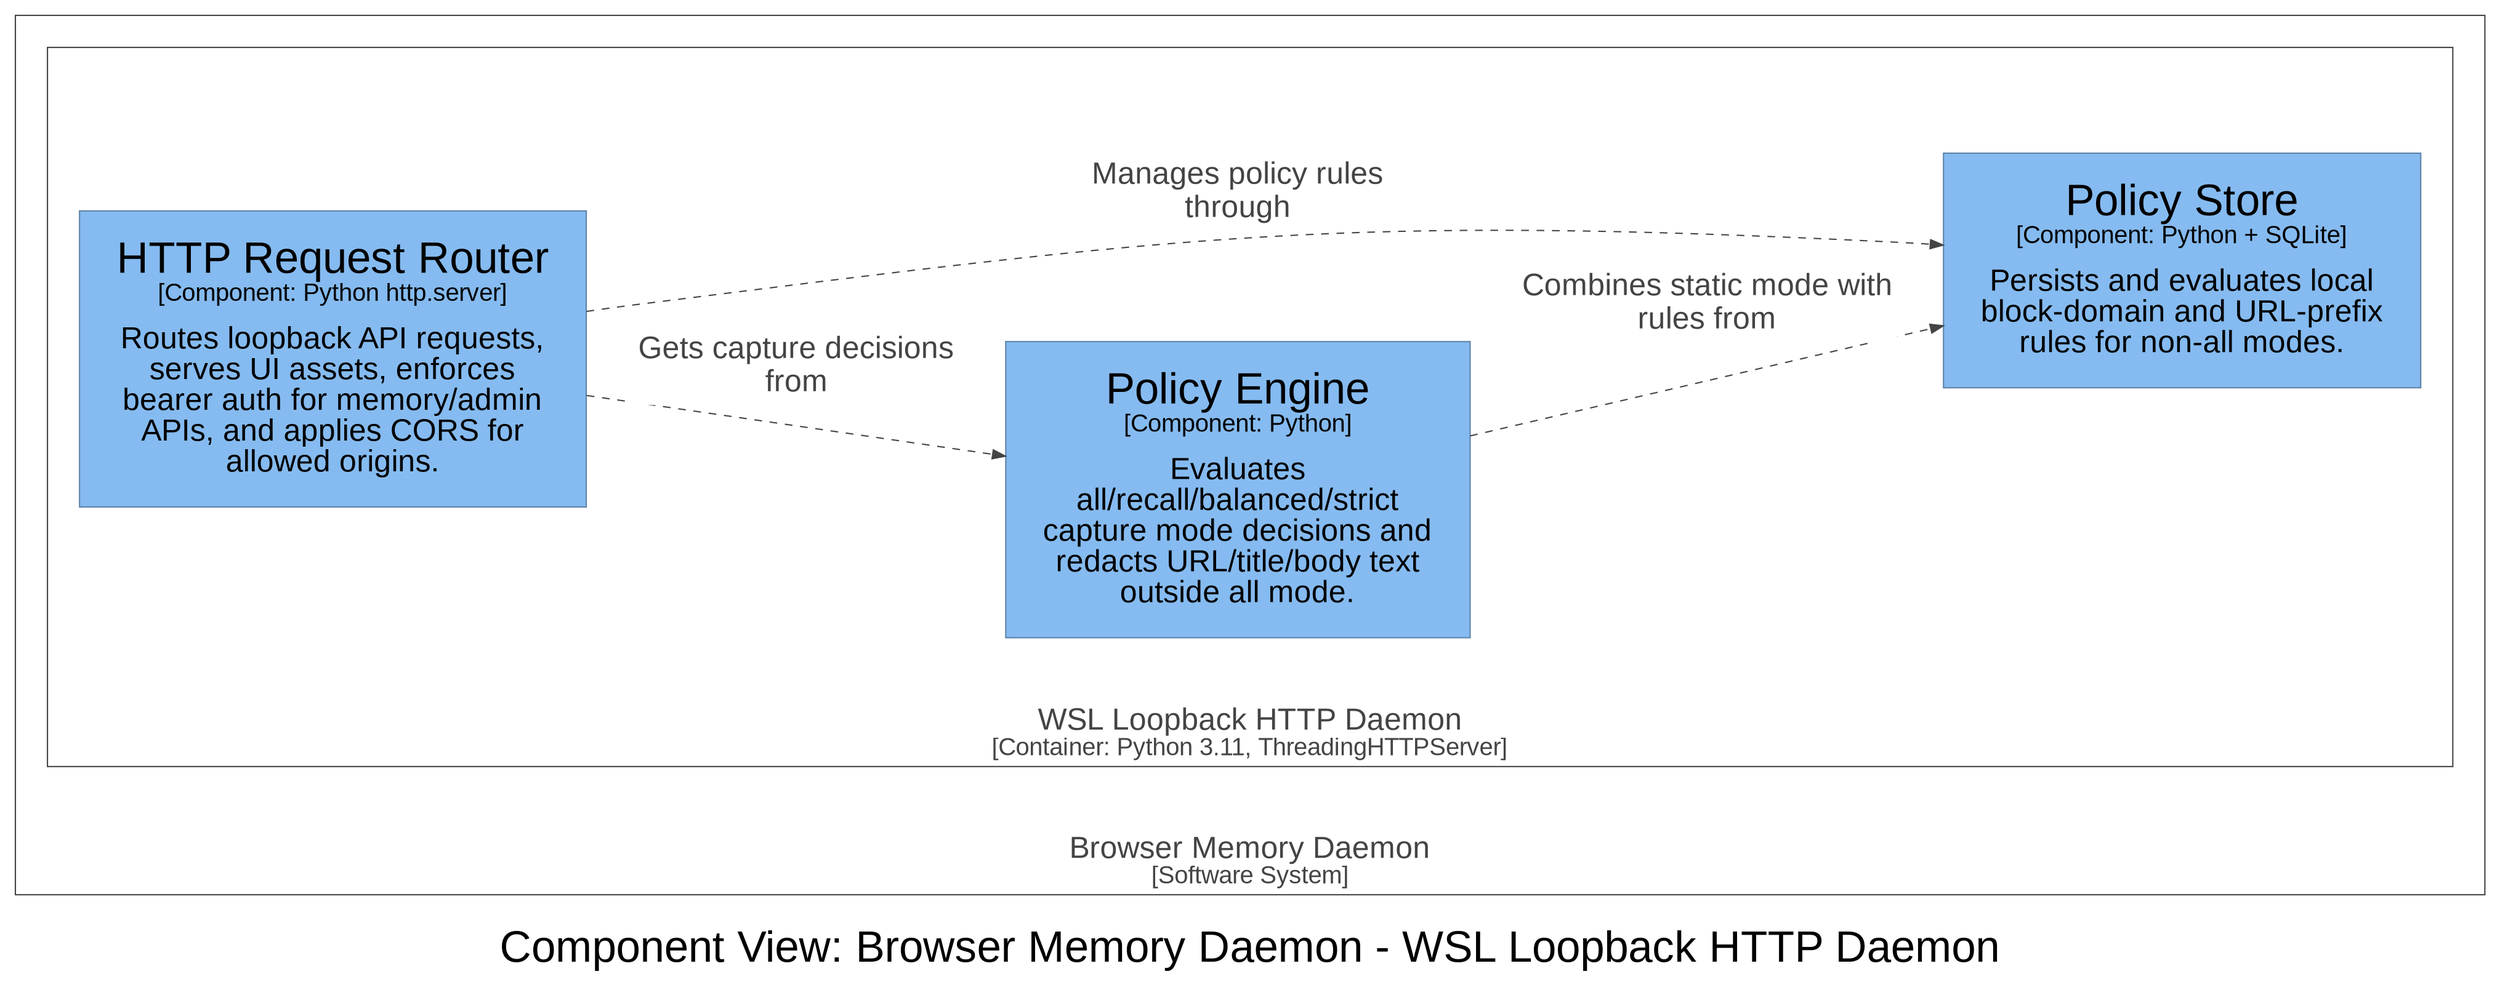
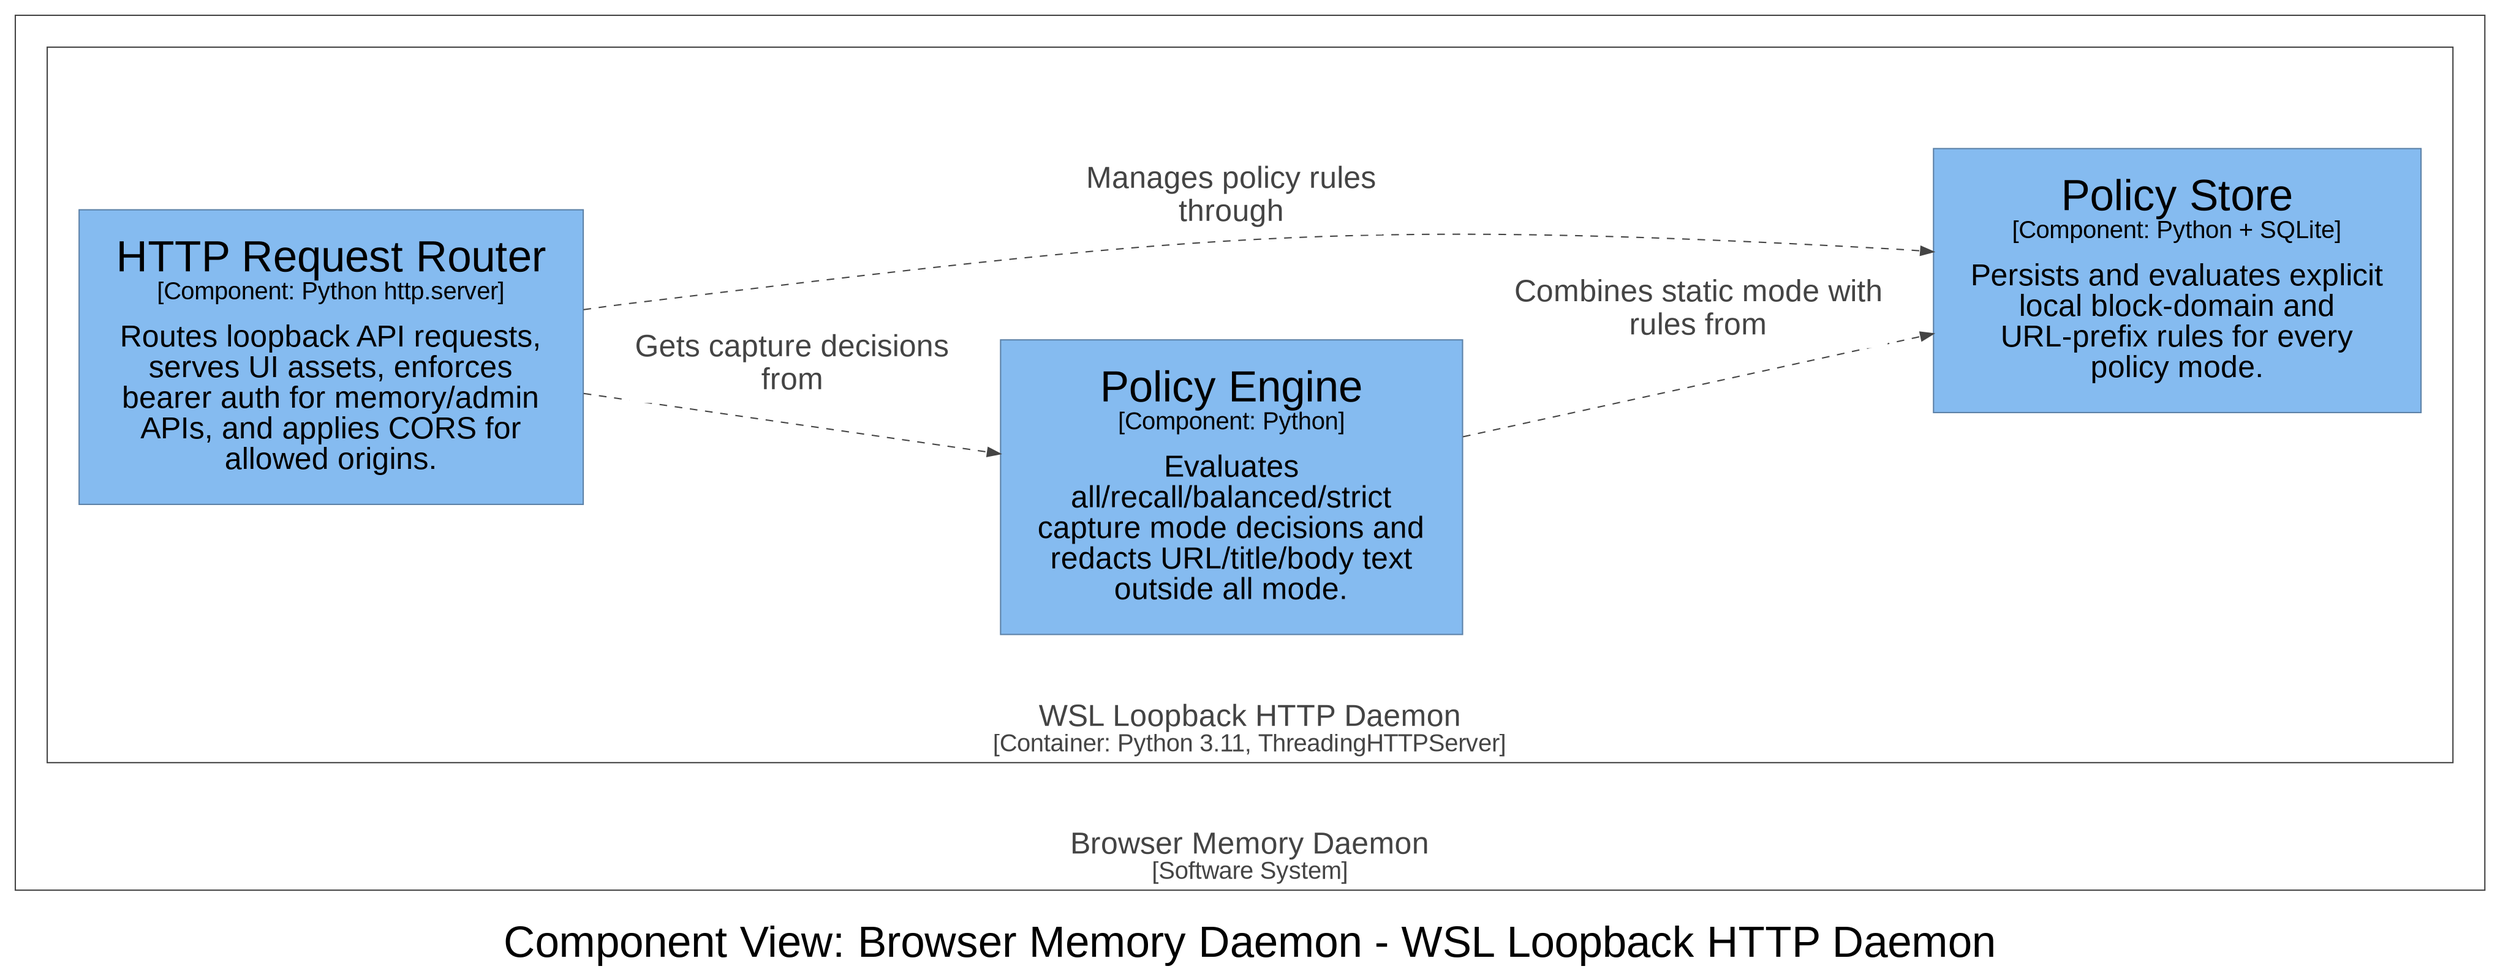
digraph {
  compound=true
  graph [fontname="Arial", rankdir=LR, ranksep=1.0, nodesep=1.0]
  node [fontname="Arial", shape=box, margin="0.4,0.3"]
  edge [fontname="Arial"]
  label=<<br /><font point-size="34">Component View: Browser Memory Daemon - WSL Loopback HTTP Daemon</font>>

  subgraph cluster_4 {
    margin=25
    label=<<font point-size="24"><br />Browser Memory Daemon</font><br /><font point-size="19">[Software System]</font>>
    labelloc=b
    color="#444444"
    fontcolor="#444444"
    fillcolor="#444444"

    subgraph cluster_14 {
      margin=25
      label=<<font point-size="24"><br />WSL Loopback HTTP Daemon</font><br /><font point-size="19">[Container: Python 3.11, ThreadingHTTPServer]</font>>
      labelloc=b
      color="#444444"
      fontcolor="#444444"
      fillcolor="#444444"

      15 [id=15,shape=rect, label=<<font point-size="34">HTTP Request Router</font><br /><font point-size="19">[Component: Python http.server]</font><br /><br /><font point-size="24">Routes loopback API requests,<br />serves UI assets, enforces<br />bearer auth for memory/admin<br />APIs, and applies CORS for<br />allowed origins.</font>>, style=filled, color="#5d82a8", fillcolor="#85bbf0", fontcolor="#000000"]
      16 [id=16,shape=rect, label=<<font point-size="34">Policy Engine</font><br /><font point-size="19">[Component: Python]</font><br /><br /><font point-size="24">Evaluates<br />all/recall/balanced/strict<br />capture mode decisions and<br />redacts URL/title/body text<br />outside all mode.</font>>, style=filled, color="#5d82a8", fillcolor="#85bbf0", fontcolor="#000000"]
-       17 [id=17,shape=rect, label=<<font point-size="34">Policy Store</font><br /><font point-size="19">[Component: Python + SQLite]</font><br /><br /><font point-size="24">Persists and evaluates local<br />block-domain and URL-prefix<br />rules for non-all modes.</font>>, style=filled, color="#5d82a8", fillcolor="#85bbf0", fontcolor="#000000"]
+       17 [id=17,shape=rect, label=<<font point-size="34">Policy Store</font><br /><font point-size="19">[Component: Python + SQLite]</font><br /><br /><font point-size="24">Persists and evaluates explicit<br />local block-domain and<br />URL-prefix rules for every<br />policy mode.</font>>, style=filled, color="#5d82a8", fillcolor="#85bbf0", fontcolor="#000000"]
    }

  }

  15 -> 16 [id=61, label=<<TABLE BORDER="0" CELLBORDER="0" CELLSPACING="0" CELLPADDING="4" BGCOLOR="white"><TR><TD><font point-size="24">Gets capture decisions<br />from</font></TD></TR></TABLE>>, style="dashed", color="#444444", fontcolor="#444444"]
  15 -> 17 [id=62, label=<<TABLE BORDER="0" CELLBORDER="0" CELLSPACING="0" CELLPADDING="4" BGCOLOR="white"><TR><TD><font point-size="24">Manages policy rules<br />through</font></TD></TR></TABLE>>, style="dashed", color="#444444", fontcolor="#444444"]
  16 -> 17 [id=69, label=<<TABLE BORDER="0" CELLBORDER="0" CELLSPACING="0" CELLPADDING="4" BGCOLOR="white"><TR><TD><font point-size="24">Combines static mode with<br />rules from</font></TD></TR></TABLE>>, style="dashed", color="#444444", fontcolor="#444444"]

}